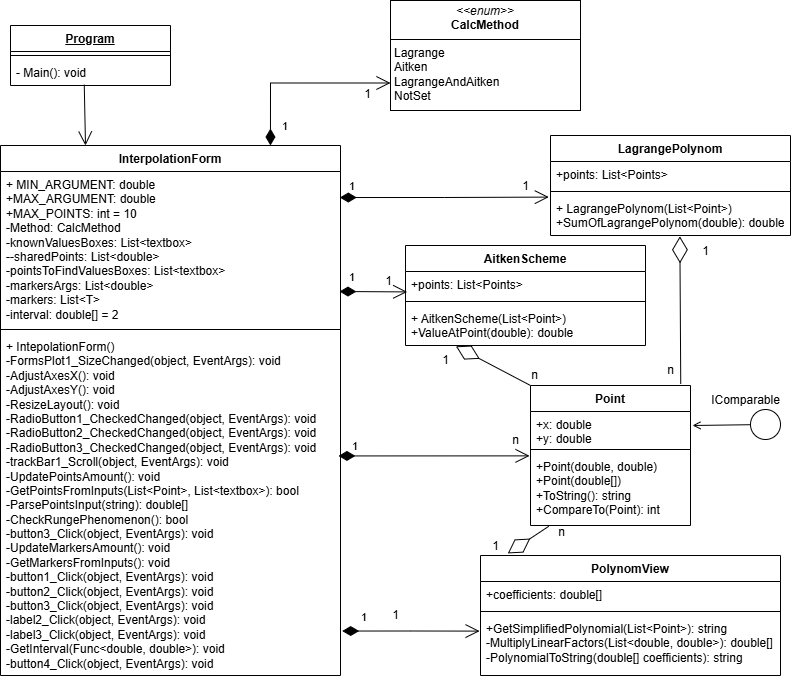
The draw.io diagram Інтерполяція_Діаграма_класів.png in MariaDovhan/GraphsInterpolation, before a commit. Source tidied: cells renumbered, new cells last; positions are measured from the earlier drawing's top-left corner, leaving out a move shared by most shapes.
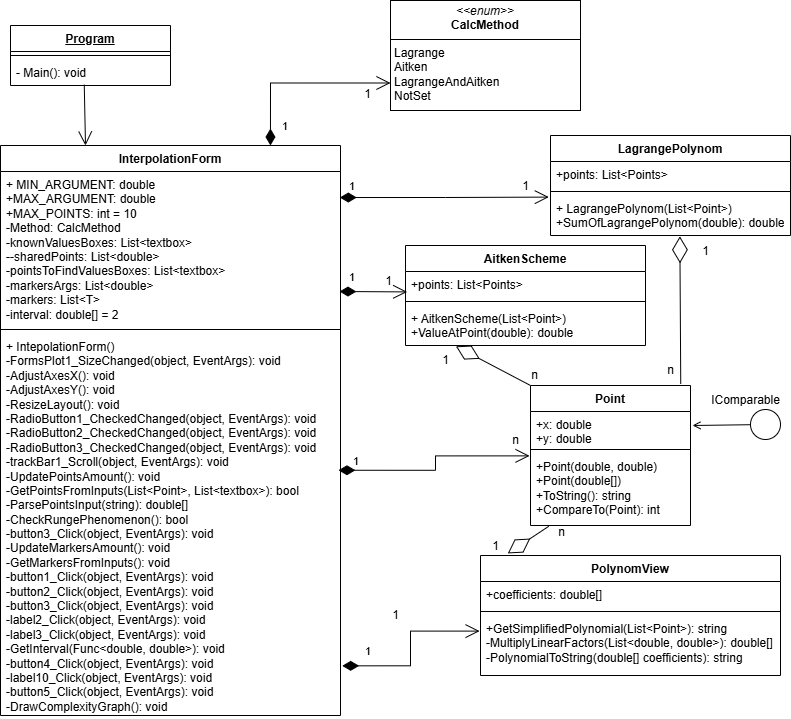
After the change.

Change to the diagram source:
```diff
@@ -12,7 +12,7 @@
       <mxGeometry y="34" width="160" height="26" as="geometry" />
     </mxCell>
     <mxCell id="5" value="InterpolationForm" style="swimlane;fontStyle=1;align=center;verticalAlign=top;horizontal=1;startSize=26;whiteSpace=wrap;html=1;" parent="1" vertex="1">
-      <mxGeometry y="145" width="340" height="530" as="geometry" />
+      <mxGeometry y="145" width="340" height="570" as="geometry" />
     </mxCell>
     <mxCell id="6" value="+ MIN_ARGUMENT: double&lt;div&gt;+MAX_ARGUMENT: double&lt;/div&gt;&lt;div&gt;+MAX_POINTS: int = 10&lt;/div&gt;&lt;div&gt;-Method: CalcMethod&lt;/div&gt;&lt;div&gt;-knownValuesBoxes: List&amp;lt;textbox&amp;gt;&lt;/div&gt;&lt;div&gt;--sharedPoints: List&amp;lt;double&amp;gt;&lt;/div&gt;&lt;div&gt;-pointsToFindValuesBoxes: List&amp;lt;textbox&amp;gt;&lt;/div&gt;&lt;div&gt;-markersArgs: List&amp;lt;double&amp;gt;&lt;/div&gt;&lt;div&gt;-markers: List&amp;lt;T&amp;gt;&lt;/div&gt;&lt;div&gt;-interval: double[] = 2&lt;/div&gt;" style="text;strokeColor=none;fillColor=none;align=left;verticalAlign=top;spacingLeft=4;spacingRight=4;overflow=hidden;points=[[0,0.5],[1,0.5]];portConstraint=eastwest;whiteSpace=wrap;html=1;" parent="5" vertex="1">
       <mxGeometry y="26" width="340" height="154" as="geometry" />
@@ -20,8 +20,8 @@
     <mxCell id="7" style="line;strokeWidth=1;fillColor=none;align=left;verticalAlign=middle;spacingTop=-1;spacingLeft=3;spacingRight=3;labelPosition=right;strokeColor=inherit;" parent="5" vertex="1">
       <mxGeometry y="180" width="340" height="8" as="geometry" />
     </mxCell>
-    <mxCell id="8" value="+ IntepolationForm()&lt;div&gt;-FormsPlot1_SizeChanged(object, EventArgs): void&lt;/div&gt;&lt;div&gt;-AdjustAxesX(): void&lt;/div&gt;&lt;div&gt;-AdjustAxesY(): void&lt;/div&gt;&lt;div&gt;-ResizeLayout(): void&lt;/div&gt;&lt;div&gt;-RadioButton1_CheckedChanged(object, EventArgs): void&lt;/div&gt;&lt;div&gt;&lt;div&gt;-RadioButton2_CheckedChanged(object, EventArgs): void&lt;/div&gt;&lt;div&gt;-&lt;span style=&quot;background-color: transparent; color: light-dark(rgb(0, 0, 0), rgb(255, 255, 255));&quot;&gt;RadioButton3_CheckedChanged(object, EventArgs): void&lt;/span&gt;&lt;/div&gt;&lt;div&gt;&lt;div&gt;-trackBar1_Scroll(object, EventArgs): void&lt;/div&gt;&lt;div&gt;-UpdatePointsAmount(): void&lt;/div&gt;&lt;/div&gt;&lt;/div&gt;&lt;div&gt;-GetPointsFromInputs(List&amp;lt;Point&amp;gt;, List&amp;lt;textbox&amp;gt;): bool&lt;/div&gt;&lt;div&gt;-ParsePointsInput(string): double[]&lt;/div&gt;&lt;div&gt;-CheckRungePhenomenon(): bool&lt;/div&gt;&lt;div&gt;-button3_Click(object, EventArgs): void&lt;/div&gt;&lt;div&gt;-UpdateMarkersAmount(): void&lt;/div&gt;&lt;div&gt;-GetMarkersFromInputs(): void&lt;/div&gt;&lt;div&gt;-button1_Click(object, EventArgs): void&lt;/div&gt;&lt;div&gt;-&lt;span style=&quot;background-color: transparent; color: light-dark(rgb(0, 0, 0), rgb(255, 255, 255));&quot;&gt;button2_Click(object, EventArgs): void&lt;/span&gt;&lt;/div&gt;&lt;div&gt;&lt;span style=&quot;background-color: transparent; color: light-dark(rgb(0, 0, 0), rgb(255, 255, 255));&quot;&gt;-&lt;/span&gt;&lt;span style=&quot;background-color: transparent; color: light-dark(rgb(0, 0, 0), rgb(255, 255, 255));&quot;&gt;button3_Click(object, EventArgs): void&lt;/span&gt;&lt;/div&gt;&lt;div&gt;&lt;span style=&quot;background-color: transparent; color: light-dark(rgb(0, 0, 0), rgb(255, 255, 255));&quot;&gt;-label2_Click(object, EventArgs): void&lt;/span&gt;&lt;/div&gt;&lt;div&gt;-label3_Click(object, EventArgs): void&lt;span style=&quot;background-color: transparent; color: light-dark(rgb(0, 0, 0), rgb(255, 255, 255));&quot;&gt;&lt;/span&gt;&lt;/div&gt;&lt;div&gt;-GetInterval(Func&amp;lt;double, double&amp;gt;): void&lt;/div&gt;&lt;div&gt;-button4_Click(object, EventArgs): void&lt;/div&gt;" style="text;strokeColor=none;fillColor=none;align=left;verticalAlign=top;spacingLeft=4;spacingRight=4;overflow=hidden;points=[[0,0.5],[1,0.5]];portConstraint=eastwest;whiteSpace=wrap;html=1;" parent="5" vertex="1">
-      <mxGeometry y="188" width="340" height="342" as="geometry" />
+    <mxCell id="8" value="+ IntepolationForm()&lt;div&gt;-FormsPlot1_SizeChanged(object, EventArgs): void&lt;/div&gt;&lt;div&gt;-AdjustAxesX(): void&lt;/div&gt;&lt;div&gt;-AdjustAxesY(): void&lt;/div&gt;&lt;div&gt;-ResizeLayout(): void&lt;/div&gt;&lt;div&gt;-RadioButton1_CheckedChanged(object, EventArgs): void&lt;/div&gt;&lt;div&gt;&lt;div&gt;-RadioButton2_CheckedChanged(object, EventArgs): void&lt;/div&gt;&lt;div&gt;-&lt;span style=&quot;background-color: transparent; color: light-dark(rgb(0, 0, 0), rgb(255, 255, 255));&quot;&gt;RadioButton3_CheckedChanged(object, EventArgs): void&lt;/span&gt;&lt;/div&gt;&lt;div&gt;&lt;div&gt;-trackBar1_Scroll(object, EventArgs): void&lt;/div&gt;&lt;div&gt;-UpdatePointsAmount(): void&lt;/div&gt;&lt;/div&gt;&lt;/div&gt;&lt;div&gt;-GetPointsFromInputs(List&amp;lt;Point&amp;gt;, List&amp;lt;textbox&amp;gt;): bool&lt;/div&gt;&lt;div&gt;-ParsePointsInput(string): double[]&lt;/div&gt;&lt;div&gt;-CheckRungePhenomenon(): bool&lt;/div&gt;&lt;div&gt;-button3_Click(object, EventArgs): void&lt;/div&gt;&lt;div&gt;-UpdateMarkersAmount(): void&lt;/div&gt;&lt;div&gt;-GetMarkersFromInputs(): void&lt;/div&gt;&lt;div&gt;-button1_Click(object, EventArgs): void&lt;/div&gt;&lt;div&gt;-&lt;span style=&quot;background-color: transparent; color: light-dark(rgb(0, 0, 0), rgb(255, 255, 255));&quot;&gt;button2_Click(object, EventArgs): void&lt;/span&gt;&lt;/div&gt;&lt;div&gt;&lt;span style=&quot;background-color: transparent; color: light-dark(rgb(0, 0, 0), rgb(255, 255, 255));&quot;&gt;-&lt;/span&gt;&lt;span style=&quot;background-color: transparent; color: light-dark(rgb(0, 0, 0), rgb(255, 255, 255));&quot;&gt;button3_Click(object, EventArgs): void&lt;/span&gt;&lt;/div&gt;&lt;div&gt;&lt;span style=&quot;background-color: transparent; color: light-dark(rgb(0, 0, 0), rgb(255, 255, 255));&quot;&gt;-label2_Click(object, EventArgs): void&lt;/span&gt;&lt;/div&gt;&lt;div&gt;-label3_Click(object, EventArgs): void&lt;span style=&quot;background-color: transparent; color: light-dark(rgb(0, 0, 0), rgb(255, 255, 255));&quot;&gt;&lt;/span&gt;&lt;/div&gt;&lt;div&gt;-GetInterval(Func&amp;lt;double, double&amp;gt;): void&lt;/div&gt;&lt;div&gt;-button4_Click(object, EventArgs): void&lt;/div&gt;&lt;div&gt;-label10_Click(object, EventArgs): void&lt;/div&gt;&lt;div&gt;-button5_Click(object, EventArgs): void&lt;/div&gt;&lt;div&gt;-DrawComplexityGraph(): void&lt;/div&gt;" style="text;strokeColor=none;fillColor=none;align=left;verticalAlign=top;spacingLeft=4;spacingRight=4;overflow=hidden;points=[[0,0.5],[1,0.5]];portConstraint=eastwest;whiteSpace=wrap;html=1;" parent="5" vertex="1">
+      <mxGeometry y="188" width="340" height="382" as="geometry" />
     </mxCell>
     <mxCell id="9" value="&lt;p style=&quot;margin:0px;margin-top:4px;text-align:center;&quot;&gt;&lt;i&gt;&amp;lt;&amp;lt;enum&amp;gt;&amp;gt;&lt;/i&gt;&lt;br&gt;&lt;b&gt;CalcMethod&lt;/b&gt;&lt;/p&gt;&lt;hr size=&quot;1&quot; style=&quot;border-style:solid;&quot;&gt;&lt;p style=&quot;margin:0px;margin-left:4px;&quot;&gt;Lagrange&lt;/p&gt;&lt;p style=&quot;margin:0px;margin-left:4px;&quot;&gt;Aitken&lt;/p&gt;&lt;p style=&quot;margin:0px;margin-left:4px;&quot;&gt;LagrangeAndAitken&lt;/p&gt;&lt;p style=&quot;margin:0px;margin-left:4px;&quot;&gt;NotSet&lt;/p&gt;" style="verticalAlign=top;align=left;overflow=fill;html=1;whiteSpace=wrap;" parent="1" vertex="1">
       <mxGeometry x="390" width="190" height="110" as="geometry" />
```
